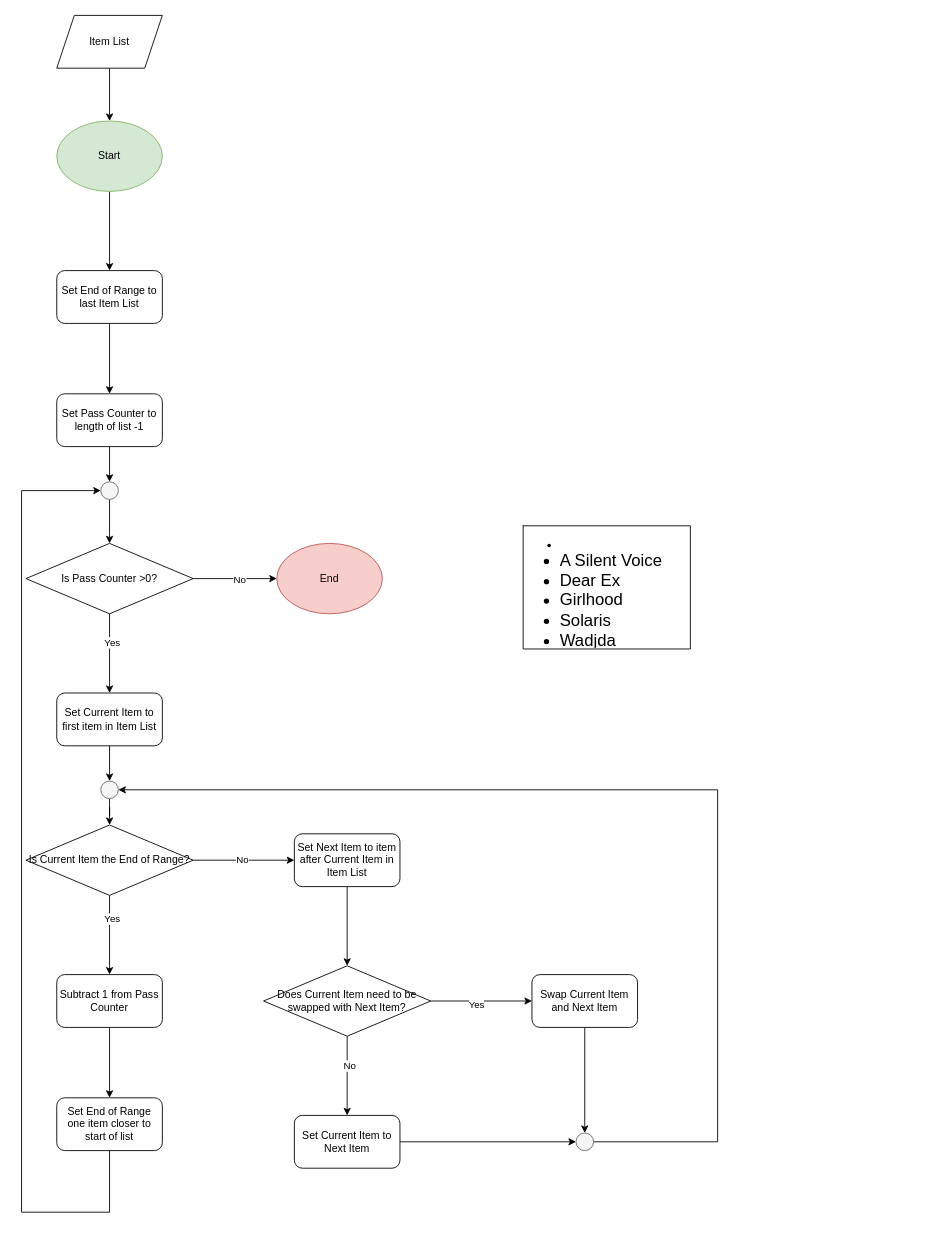
matkiai/me_and_myself keeps this draw.io diagram as Bubble Sort Process Diagram.drawio. Above is the earlier version. Source tidied: cells renumbered, new cells numbered last; positions are measured from the earlier drawing's top-left corner, leaving out a move shared by most shapes. Both pictures are drawn from the tidied source at 88%, with x=0, y=0 at pixel (21, 15).
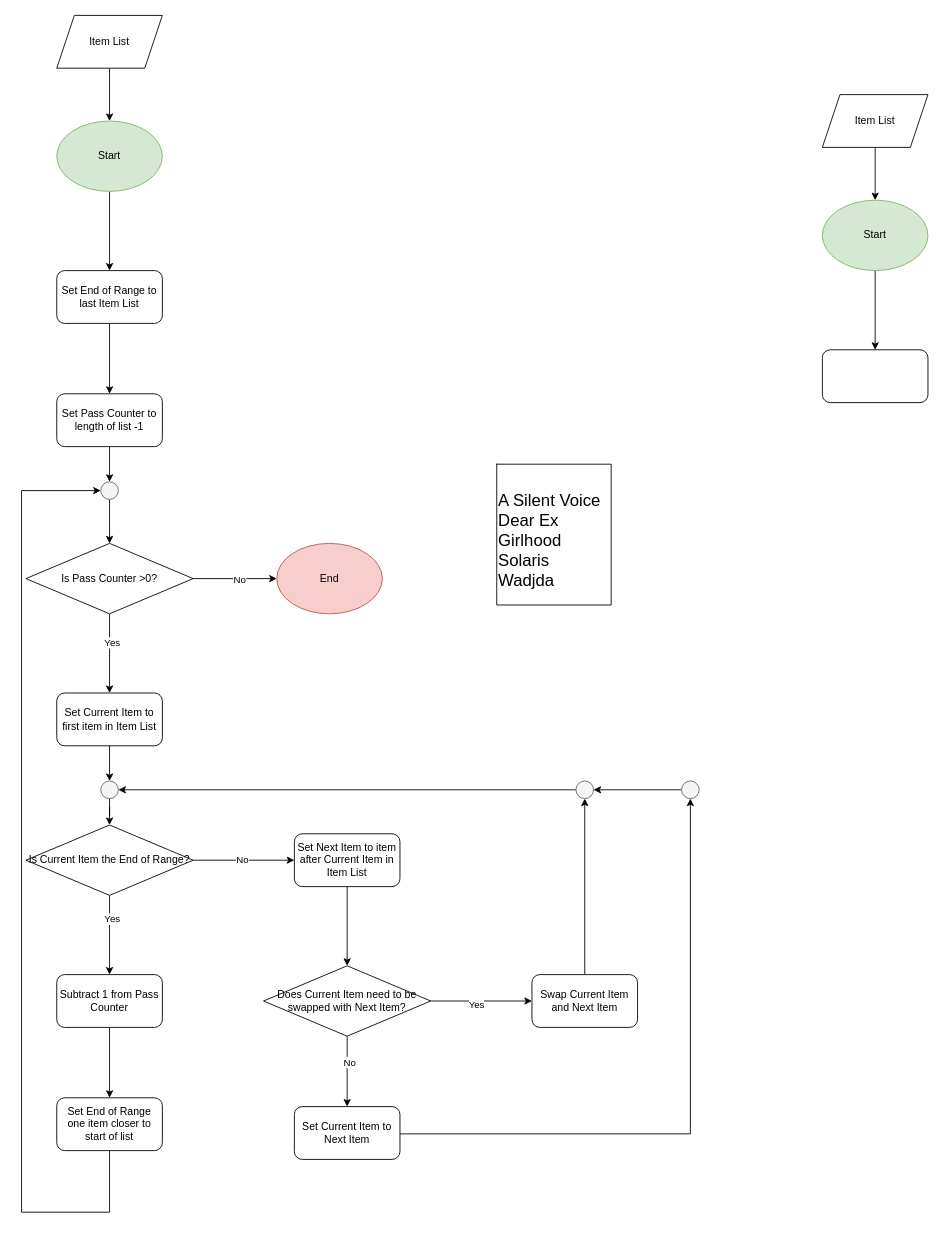
After the change.

The change refers to these unchanged cells:
```xml
<mxCell id="21" style="ellipse;whiteSpace=wrap;html=1;fillColor=#f5f5f5;fontColor=#333333;strokeColor=#666666;" parent="1" vertex="1">
  <mxGeometry x="90" y="870" width="20" height="20" as="geometry" />
</mxCell>
```

The edit, as a diff of the source:
```diff
@@
-    <mxCell id="39" style="edgeStyle=orthogonalEdgeStyle;rounded=0;jettySize=auto;html=1;" parent="1" edge="1" source="40" target="42">
-      <mxGeometry relative="1" as="geometry" />
-    </mxCell>
+    <mxCell id="47" style="edgeStyle=orthogonalEdgeStyle;rounded=0;jettySize=auto;html=1;entryX=0.5;entryY=1;entryDx=0;entryDy=0;" parent="1" edge="1" source="40" target="54">
+      <mxGeometry relative="1" as="geometry">
+        <Array as="points">
+          <mxPoint x="760" y="1271" />
+        </Array>
+      </mxGeometry>
+    </mxCell>
     <mxCell id="40" value="Set Current Item to Next Item" style="rounded=1;whiteSpace=wrap;html=1;" parent="1" vertex="1">
-      <mxGeometry x="310" y="1250" width="120" height="60" as="geometry" />
+      <mxGeometry x="310" y="1240" width="120" height="60" as="geometry" />
     </mxCell>
-    <mxCell id="41" style="edgeStyle=orthogonalEdgeStyle;rounded=0;jettySize=auto;html=1;entryX=1;entryY=0.5;entryDx=0;entryDy=0;" parent="1" edge="1" source="42" target="21">
-      <mxGeometry relative="1" as="geometry">
-        <Array as="points">
-          <mxPoint x="791" y="1280" />
-          <mxPoint x="791" y="880" />
-        </Array>
-      </mxGeometry>
+    <mxCell id="41" style="edgeStyle=orthogonalEdgeStyle;rounded=0;jettySize=auto;html=1;" parent="1" edge="1" source="42" target="21">
+      <mxGeometry relative="1" as="geometry" />
     </mxCell>
     <mxCell id="42" style="ellipse;whiteSpace=wrap;html=1;fillColor=#f5f5f5;fontColor=#333333;strokeColor=#666666;" parent="1" vertex="1">
-      <mxGeometry x="630" y="1270" width="20" height="20" as="geometry" />
+      <mxGeometry x="630" y="870" width="20" height="20" as="geometry" />
     </mxCell>
@@
-    <mxCell id="44" style="shape=table;startSize=0;childLayout=tableLayout;" parent="1" vertex="1">
-      <mxGeometry x="570" y="580" width="190" height="140" as="geometry" />
+    <mxCell id="44" style="shape=table;startSize=0;childLayout=tableLayout;align=right;" parent="1" vertex="1">
+      <mxGeometry x="540" y="510" width="130" height="160" as="geometry" />
     </mxCell>
     <mxCell id="45" style="shape=tableRow;horizontal=0;startSize=0;swimlaneHead=0;swimlaneBody=0;strokeColor=inherit;top=0;left=0;bottom=0;right=0;fillColor=none;" parent="44" vertex="1">
-      <mxGeometry width="190" height="140" as="geometry" />
+      <mxGeometry width="130" height="160" as="geometry" />
     </mxCell>
-    <mxCell id="46" value="&lt;div align=&quot;left&quot;&gt;&lt;ul&gt;&lt;li&gt;&lt;br&gt;&lt;/li&gt;&lt;li style=&quot;font-size: 19px;&quot;&gt;&lt;div&gt;A Silent Voice&lt;/div&gt;&lt;/li&gt;&lt;li style=&quot;font-size: 19px;&quot;&gt;&lt;div&gt;Dear Ex&lt;/div&gt;&lt;/li&gt;&lt;li style=&quot;font-size: 19px;&quot;&gt;&lt;div&gt;Girlhood&lt;/div&gt;&lt;/li&gt;&lt;li style=&quot;font-size: 19px;&quot;&gt;&lt;div&gt;Solaris&lt;/div&gt;&lt;/li&gt;&lt;li style=&quot;font-size: 19px;&quot;&gt;&lt;div&gt;Wadjda&lt;/div&gt;&lt;/li&gt;&lt;/ul&gt;&lt;/div&gt;" style="shape=partialRectangle;html=1;whiteSpace=wrap;strokeColor=inherit;overflow=hidden;fillColor=none;top=0;left=0;bottom=0;right=0;align=left;" parent="45" vertex="1">
-      <mxGeometry width="190" height="140" as="geometry" />
+    <mxCell id="46" value="&lt;div align=&quot;left&quot;&gt;&lt;br&gt;&lt;/div&gt;&lt;div style=&quot;font-size: 19px;&quot; align=&quot;left&quot;&gt;A Silent Voice&lt;br&gt;Dear Ex&lt;br&gt;Girlhood&lt;br&gt;Solaris&lt;br&gt;Wadjda&lt;/div&gt;" style="shape=partialRectangle;html=1;whiteSpace=wrap;strokeColor=inherit;overflow=hidden;fillColor=none;top=0;left=0;bottom=0;right=0;align=left;" parent="45" vertex="1">
+      <mxGeometry width="130" height="160" as="geometry" />
     </mxCell>
+    <mxCell id="48" style="edgeStyle=orthogonalEdgeStyle;rounded=0;jettySize=auto;html=1;" parent="1" edge="1" source="49" target="52">
+      <mxGeometry relative="1" as="geometry" />
+    </mxCell>
+    <mxCell id="49" value="Start" style="ellipse;whiteSpace=wrap;html=1;fillColor=#d5e8d4;strokeColor=#82b366;" parent="1" vertex="1">
+      <mxGeometry x="910" y="210" width="120" height="80" as="geometry" />
+    </mxCell>
+    <mxCell id="50" style="edgeStyle=orthogonalEdgeStyle;rounded=0;jettySize=auto;html=1;" parent="1" edge="1" source="51" target="49">
+      <mxGeometry relative="1" as="geometry" />
+    </mxCell>
+    <mxCell id="51" value="Item List" style="shape=parallelogram;perimeter=parallelogramPerimeter;whiteSpace=wrap;html=1;fixedSize=1;" parent="1" vertex="1">
+      <mxGeometry x="910" y="90" width="120" height="60" as="geometry" />
+    </mxCell>
+    <mxCell id="52" style="rounded=1;whiteSpace=wrap;html=1;" parent="1" vertex="1">
+      <mxGeometry x="910" y="380" width="120" height="60" as="geometry" />
+    </mxCell>
+    <mxCell id="53" style="edgeStyle=orthogonalEdgeStyle;rounded=0;jettySize=auto;html=1;" parent="1" edge="1" source="54" target="42">
+      <mxGeometry relative="1" as="geometry" />
+    </mxCell>
+    <mxCell id="54" style="ellipse;whiteSpace=wrap;html=1;fillColor=#f5f5f5;fontColor=#333333;strokeColor=#666666;" parent="1" vertex="1">
+      <mxGeometry x="750" y="870" width="20" height="20" as="geometry" />
+    </mxCell>
```
